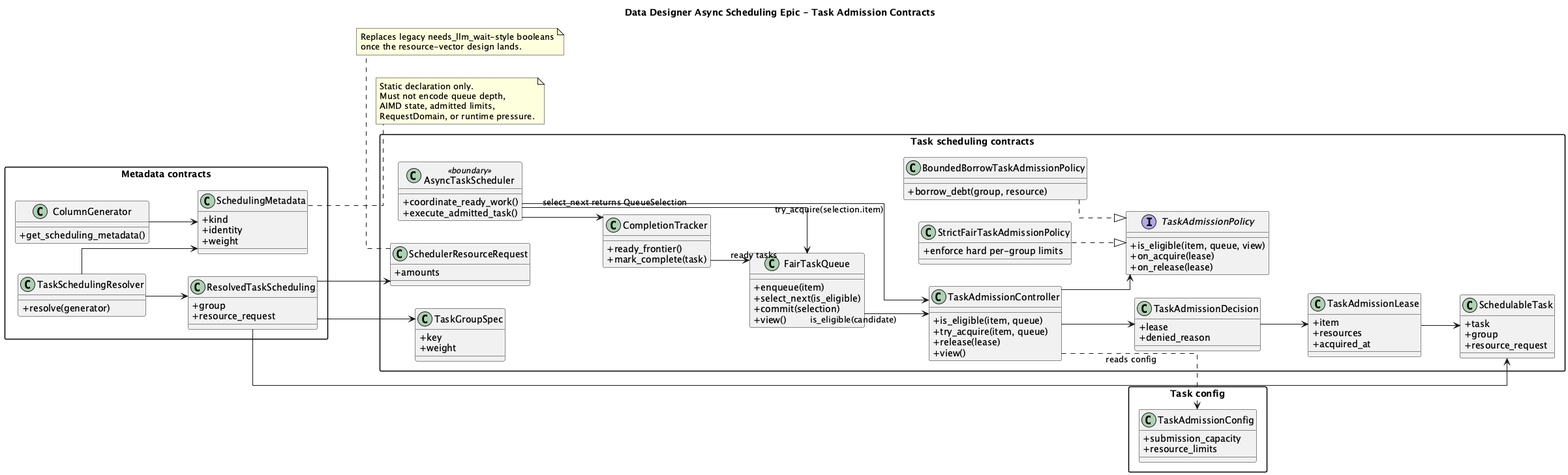
Before: plans/645/AsyncSchedulingTaskAdmissionClassModel.png, a diagram exported from PlantUML (NVIDIA-NeMo/DataDesigner).
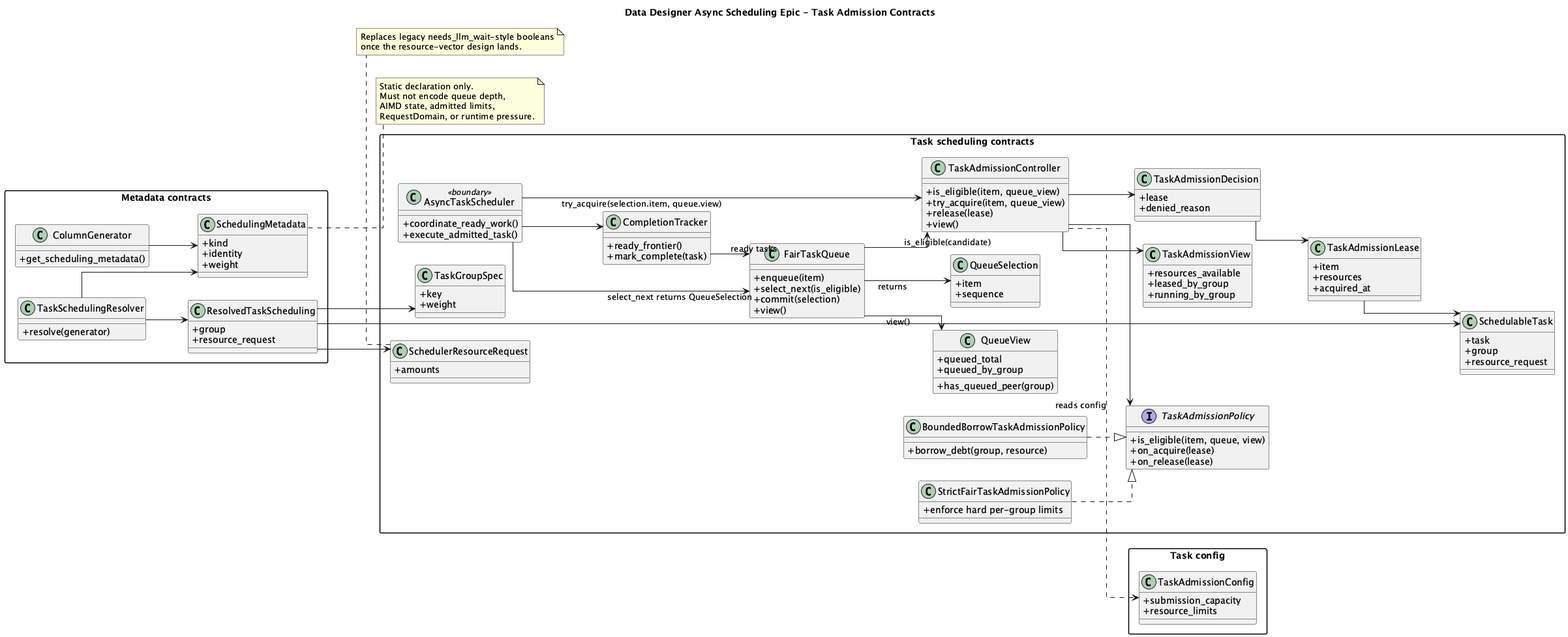
After the commit.

Change to the diagram source:
```diff
@@ -56,6 +56,17 @@
     +view()
   }
 
+  class QueueSelection {
+    +item
+    +sequence
+  }
+
+  class QueueView {
+    +queued_total
+    +queued_by_group
+    +has_queued_peer(group)
+  }
+
   interface TaskAdmissionPolicy {
     +is_eligible(item, queue, view)
     +on_acquire(lease)
@@ -71,10 +82,16 @@
   }
 
   class TaskAdmissionController {
-    +is_eligible(item, queue)
-    +try_acquire(item, queue)
+    +is_eligible(item, queue_view)
+    +try_acquire(item, queue_view)
     +release(lease)
     +view()
+  }
+
+  class TaskAdmissionView {
+    +resources_available
+    +leased_by_group
+    +running_by_group
   }
 
   class TaskAdmissionDecision {
@@ -108,16 +125,19 @@
 ResolvedTaskScheduling --> SchedulerResourceRequest
 ResolvedTaskScheduling --> SchedulableTask
 CompletionTracker --> FairTaskQueue : ready tasks
+FairTaskQueue --> QueueSelection : returns
+FairTaskQueue --> QueueView : view()
 FairTaskQueue --> TaskAdmissionController : is_eligible(candidate)
 TaskAdmissionController --> TaskAdmissionPolicy
 StrictFairTaskAdmissionPolicy ..|> TaskAdmissionPolicy
 BoundedBorrowTaskAdmissionPolicy ..|> TaskAdmissionPolicy
+TaskAdmissionController --> TaskAdmissionView
 TaskAdmissionController --> TaskAdmissionDecision
 TaskAdmissionDecision --> TaskAdmissionLease
 TaskAdmissionLease --> SchedulableTask
 AsyncTaskScheduler --> CompletionTracker
 AsyncTaskScheduler --> FairTaskQueue : select_next returns QueueSelection
-AsyncTaskScheduler --> TaskAdmissionController : try_acquire(selection.item)
+AsyncTaskScheduler --> TaskAdmissionController : try_acquire(selection.item, queue.view)
 TaskAdmissionController ..> TaskAdmissionConfig : reads config
 
 note right of SchedulingMetadata
```
